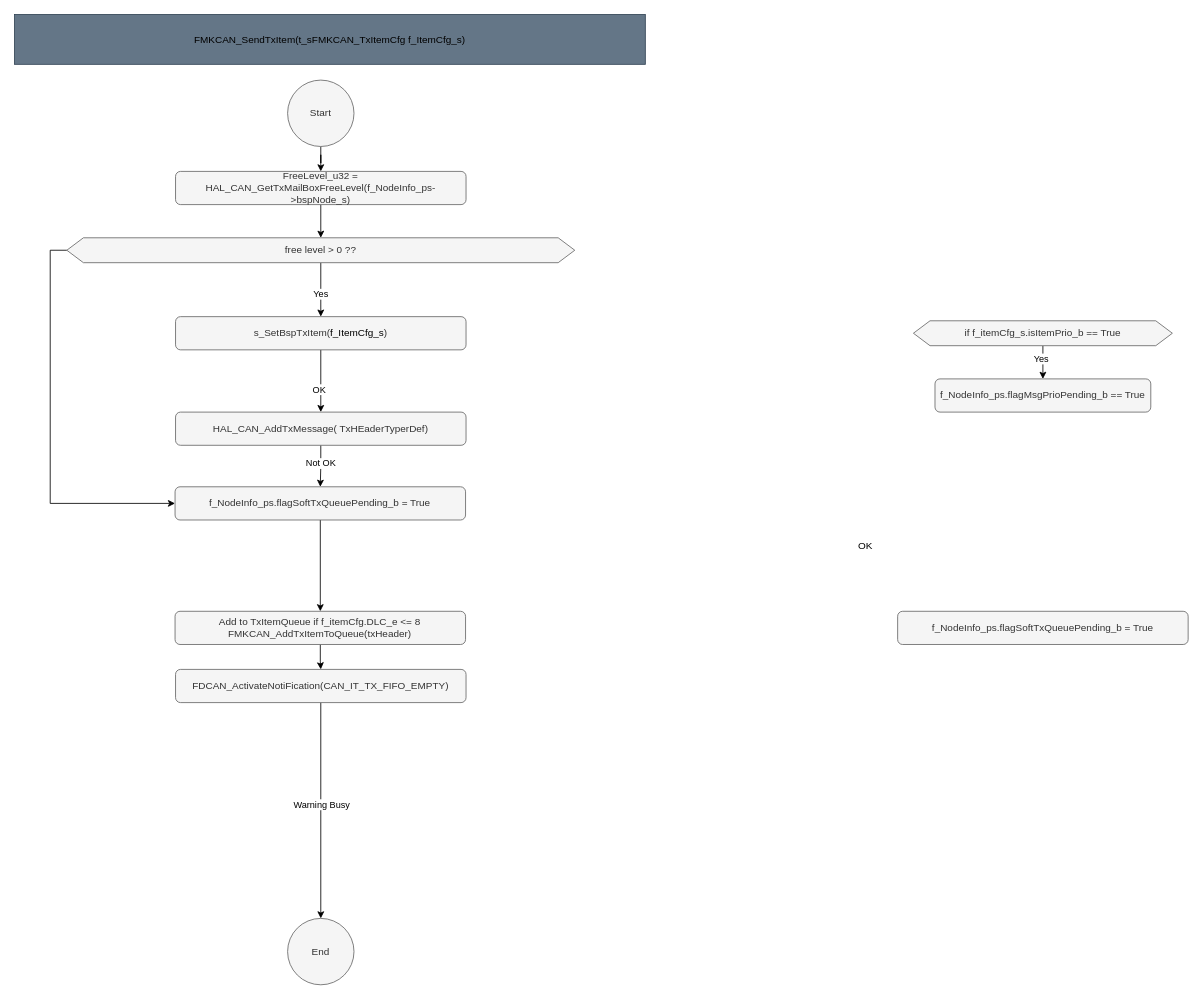
The draw.io diagram page "sCAN_SendTxItem" (14 of 17) of src/1_FMK/FMK_HAL/FMK_CAN/Doc/Architecture/FMK_CAN.drawio in mbarbeau0545/PickersRobotPOC, before the edit. Source tidied: cells renumbered, new cells numbered last; positions are measured from the earlier drawing's top-left corner, leaving out a move shared by most shapes. Both pictures are drawn from the tidied source at 83%, with x=0, y=0 at pixel (14, 14).
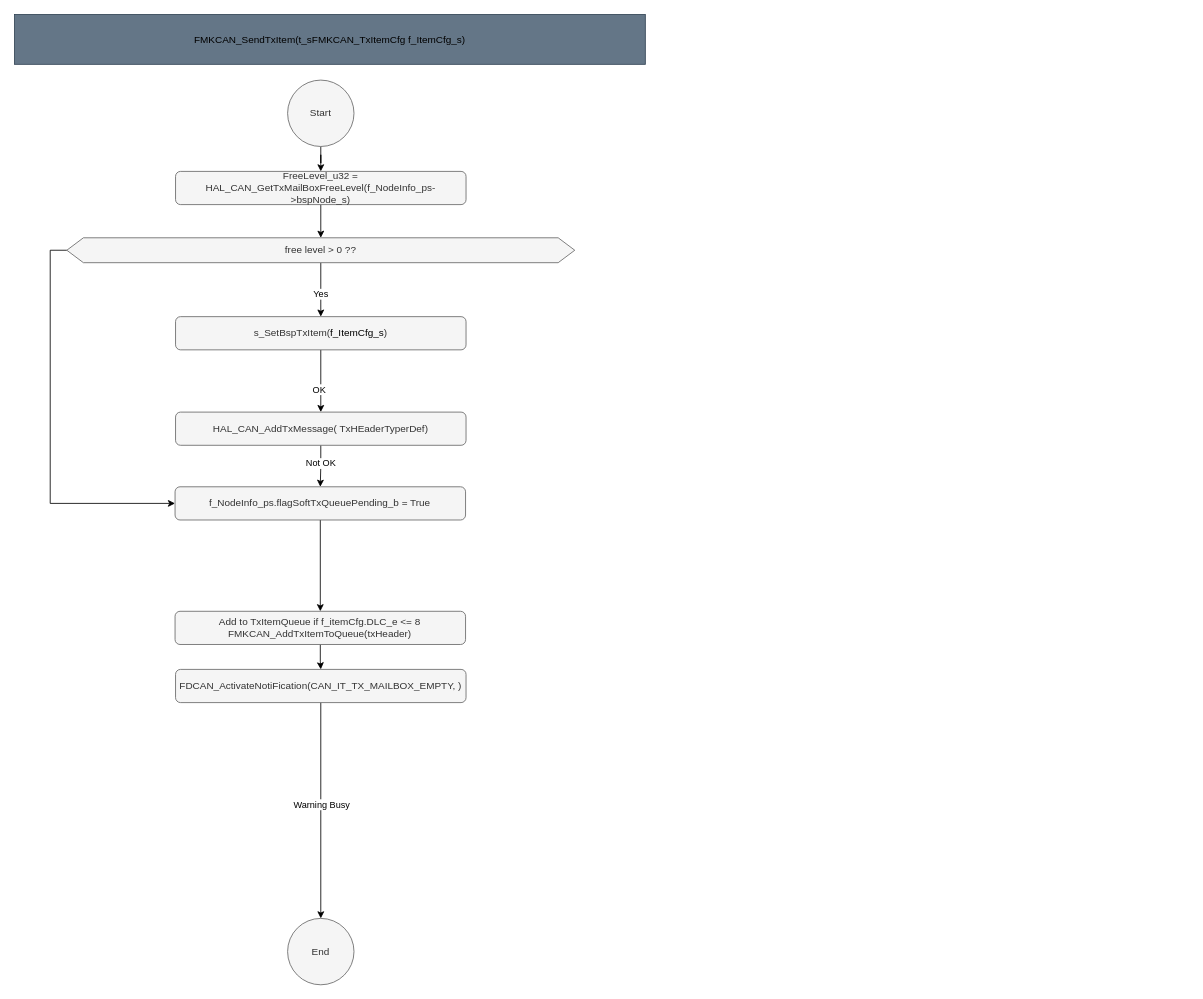
The same page after the edit.

Diff of the diagram source:
```diff
@@
-    <mxCell id="15" style="edgeStyle=orthogonalEdgeStyle;rounded=0;jettySize=auto;html=1;exitX=0.5;exitY=1;exitDx=0;exitDy=0;" parent="1" edge="1" source="17" target="18">
-      <mxGeometry relative="1" as="geometry" />
-    </mxCell>
-    <mxCell id="16" value="Yes" style="edgeLabel;html=1;align=center;verticalAlign=middle;" parent="15" vertex="1">
-      <mxGeometry x="-0.24" y="-3" relative="1" as="geometry" />
-    </mxCell>
-    <mxCell id="17" value="if f_itemCfg_s.isItemPrio_b == True" style="shape=hexagon;perimeter=hexagonPerimeter2;whiteSpace=wrap;html=1;fixedSize=1;fillColor=#f5f5f5;fontColor=#333333;strokeColor=#666666;" parent="1" vertex="1">
-      <mxGeometry x="1083" y="369" width="312" height="30" as="geometry" />
-    </mxCell>
-    <mxCell id="18" value="f_NodeInfo_ps.flagMsgPrioPending_b == True" style="rounded=1;whiteSpace=wrap;html=1;fillColor=#f5f5f5;fontColor=#333333;strokeColor=#666666;" parent="1" vertex="1">
-      <mxGeometry x="1109" y="439" width="260" height="40" as="geometry" />
-    </mxCell>
@@
-    <mxCell id="21" value="f_NodeInfo_ps.flagSoftTxQueuePending_b = True" style="rounded=1;whiteSpace=wrap;html=1;fillColor=#f5f5f5;fontColor=#333333;strokeColor=#666666;" parent="1" vertex="1">
-      <mxGeometry x="1064" y="719" width="350" height="40" as="geometry" />
-    </mxCell>
-    <mxCell id="22" value="OK" style="text;html=1;align=center;verticalAlign=middle;strokeColor=none;fillColor=none;" parent="1" vertex="1">
-      <mxGeometry x="1005" y="625.7" width="40" height="30" as="geometry" />
-    </mxCell>
@@
-    <mxCell id="30" value="FDCAN_ActivateNotiFication(CAN_IT_TX_FIFO_EMPTY)" style="rounded=1;whiteSpace=wrap;html=1;fillColor=#f5f5f5;fontColor=#333333;strokeColor=#666666;" parent="1" vertex="1">
+    <mxCell id="30" value="FDCAN_ActivateNotiFication(CAN_IT_TX_MAILBOX_EMPTY, )" style="rounded=1;whiteSpace=wrap;html=1;fillColor=#f5f5f5;fontColor=#333333;strokeColor=#666666;" parent="1" vertex="1">
       <mxGeometry x="194" y="789" width="350" height="40" as="geometry" />
     </mxCell>
```
